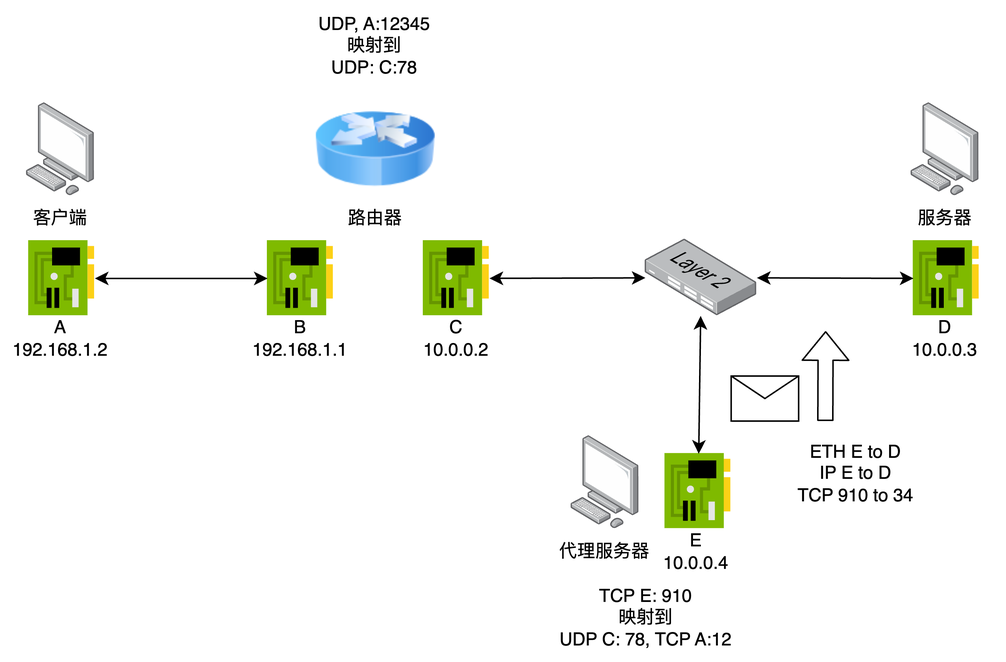
Before: example_step8.png, a diagram exported from draw.io (N2Sys-EDU/Lab3-Documentation). Source tidied: cells renumbered, new cells last; positions are measured from the earlier drawing's top-left corner, leaving out a move shared by most shapes. Source of this version:
```xml
<mxGraphModel>
  <root>
    <mxCell id="0" />
    <mxCell id="1" parent="0" />
    <mxCell id="2" style="image;html=1;image=img/lib/clip_art/networking/Router_Icon_128x128.png;" parent="1" vertex="1">
      <mxGeometry x="210" y="59.1" width="80" height="80" as="geometry" />
    </mxCell>
    <mxCell id="3" style="html=1;align=center;shadow=0;dashed=0;image;image=img/lib/allied_telesis/computer_and_terminals/Personal_Computer.svg;" parent="1" vertex="1">
      <mxGeometry x="17.2" y="68.2" width="45.6" height="61.8" as="geometry" />
    </mxCell>
    <mxCell id="4" value="客户端" style="text;html=1;strokeColor=none;fillColor=none;align=center;verticalAlign=middle;whiteSpace=wrap;rounded=0;" parent="1" vertex="1">
      <mxGeometry y="130" width="80" height="30" as="geometry" />
    </mxCell>
    <mxCell id="5" style="sketch=0;html=1;points=[];align=center;image;fontSize=12;image=img/lib/mscae/NetworkInterfaceCard.svg;" parent="1" vertex="1">
      <mxGeometry x="178" y="160" width="44" height="50" as="geometry" />
    </mxCell>
    <mxCell id="6" style="sketch=0;html=1;points=[];align=center;image;fontSize=12;image=img/lib/mscae/NetworkInterfaceCard.svg;" parent="1" vertex="1">
      <mxGeometry x="18.8" y="160" width="44" height="50" as="geometry" />
    </mxCell>
    <mxCell id="7" value="A&lt;br&gt;192.168.1.2" style="text;html=1;strokeColor=none;fillColor=none;align=center;verticalAlign=middle;whiteSpace=wrap;rounded=0;" parent="1" vertex="1">
      <mxGeometry y="210" width="80" height="30" as="geometry" />
    </mxCell>
    <mxCell id="8" value="路由器" style="text;html=1;strokeColor=none;fillColor=none;align=center;verticalAlign=middle;whiteSpace=wrap;rounded=0;" parent="1" vertex="1">
      <mxGeometry x="210" y="130" width="80" height="30" as="geometry" />
    </mxCell>
    <mxCell id="9" value="B&lt;br&gt;192.168.1.1" style="text;html=1;strokeColor=none;fillColor=none;align=center;verticalAlign=middle;whiteSpace=wrap;rounded=0;" parent="1" vertex="1">
      <mxGeometry x="160" y="210" width="80" height="30" as="geometry" />
    </mxCell>
    <mxCell id="10" style="endArrow=classic;startArrow=classic;html=1;" parent="1" edge="1" source="6" target="5">
      <mxGeometry relative="1" as="geometry" />
    </mxCell>
    <mxCell id="11" style="sketch=0;html=1;points=[];align=center;image;fontSize=12;image=img/lib/mscae/NetworkInterfaceCard.svg;" parent="1" vertex="1">
      <mxGeometry x="282" y="160" width="44" height="50" as="geometry" />
    </mxCell>
    <mxCell id="12" value="C&lt;br&gt;10.0.0.2" style="text;html=1;strokeColor=none;fillColor=none;align=center;verticalAlign=middle;whiteSpace=wrap;rounded=0;" parent="1" vertex="1">
      <mxGeometry x="264" y="210" width="80" height="30" as="geometry" />
    </mxCell>
    <mxCell id="13" style="html=1;align=center;shadow=0;dashed=0;image;image=img/lib/allied_telesis/computer_and_terminals/Personal_Computer.svg;" parent="1" vertex="1">
      <mxGeometry x="607.2" y="68.2" width="45.6" height="61.8" as="geometry" />
    </mxCell>
    <mxCell id="14" value="服务器" style="text;html=1;strokeColor=none;fillColor=none;align=center;verticalAlign=middle;whiteSpace=wrap;rounded=0;" parent="1" vertex="1">
      <mxGeometry x="590" y="130" width="80" height="30" as="geometry" />
    </mxCell>
    <mxCell id="15" style="sketch=0;html=1;points=[];align=center;image;fontSize=12;image=img/lib/mscae/NetworkInterfaceCard.svg;" parent="1" vertex="1">
      <mxGeometry x="608.8" y="160" width="44" height="50" as="geometry" />
    </mxCell>
    <mxCell id="16" value="D&lt;br&gt;10.0.0.3" style="text;html=1;strokeColor=none;fillColor=none;align=center;verticalAlign=middle;whiteSpace=wrap;rounded=0;" parent="1" vertex="1">
      <mxGeometry x="590" y="210" width="80" height="30" as="geometry" />
    </mxCell>
    <mxCell id="17" style="endArrow=classic;startArrow=classic;html=1;" parent="1" edge="1" source="11" target="18">
      <mxGeometry relative="1" as="geometry" />
    </mxCell>
    <mxCell id="18" style="points=[];html=1;align=center;shadow=0;dashed=0;image;image=img/lib/allied_telesis/switch/Switch_24_port_L2.svg;" parent="1" vertex="1">
      <mxGeometry x="430" y="159" width="74.4" height="51" as="geometry" />
    </mxCell>
    <mxCell id="19" style="endArrow=classic;startArrow=classic;html=1;" parent="1" edge="1" source="18" target="15">
      <mxGeometry relative="1" as="geometry" />
    </mxCell>
    <mxCell id="20" style="html=1;align=center;shadow=0;dashed=0;image;image=img/lib/allied_telesis/computer_and_terminals/Personal_Computer.svg;" parent="1" vertex="1">
      <mxGeometry x="380.4" y="290" width="45.6" height="61.8" as="geometry" />
    </mxCell>
    <mxCell id="21" value="代理服务器" style="text;html=1;strokeColor=none;fillColor=none;align=center;verticalAlign=middle;whiteSpace=wrap;rounded=0;" parent="1" vertex="1">
      <mxGeometry x="363.2" y="351.8" width="80" height="30" as="geometry" />
    </mxCell>
    <mxCell id="22" style="sketch=0;html=1;points=[];align=center;image;fontSize=12;image=img/lib/mscae/NetworkInterfaceCard.svg;" parent="1" vertex="1">
      <mxGeometry x="443.2" y="301.8" width="44" height="50" as="geometry" />
    </mxCell>
    <mxCell id="23" value="E&lt;br&gt;10.0.0.4" style="text;html=1;strokeColor=none;fillColor=none;align=center;verticalAlign=middle;whiteSpace=wrap;rounded=0;" parent="1" vertex="1">
      <mxGeometry x="424.4" y="351.8" width="80" height="30" as="geometry" />
    </mxCell>
    <mxCell id="24" style="endArrow=classic;startArrow=classic;html=1;" parent="1" edge="1" source="18" target="22">
      <mxGeometry relative="1" as="geometry" />
    </mxCell>
    <mxCell id="25" value="UDP, A:12345&lt;br&gt;映射到&lt;br&gt;UDP: C:78" style="text;html=1;strokeColor=none;fillColor=none;align=center;verticalAlign=middle;whiteSpace=wrap;rounded=0;" parent="1" vertex="1">
      <mxGeometry x="189.4" width="121.2" height="59.1" as="geometry" />
    </mxCell>
    <mxCell id="26" style="shape=message;html=1;html=1;labelPosition=center;verticalLabelPosition=bottom;align=center;verticalAlign=top;" parent="1" vertex="1">
      <mxGeometry x="487.2" y="250" width="45" height="30" as="geometry" />
    </mxCell>
    <mxCell id="27" style="shape=flexArrow;endArrow=classic;html=1;" parent="1" edge="1">
      <mxGeometry relative="1" as="geometry">
        <mxPoint x="550" y="280" as="sourcePoint" />
        <mxPoint x="550.2" y="220" as="targetPoint" />
      </mxGeometry>
    </mxCell>
    <mxCell id="28" value="ETH E to D&lt;br&gt;IP E to D&lt;br&gt;TCP 910 to 34" style="text;html=1;strokeColor=none;fillColor=none;align=center;verticalAlign=middle;whiteSpace=wrap;rounded=0;" parent="1" vertex="1">
      <mxGeometry x="510" y="290" width="121.2" height="50" as="geometry" />
    </mxCell>
    <mxCell id="29" value="TCP E: 910&lt;br&gt;映射到&lt;br&gt;UDP C: 78, TCP A:12" style="text;html=1;strokeColor=none;fillColor=none;align=center;verticalAlign=middle;whiteSpace=wrap;rounded=0;" parent="1" vertex="1">
      <mxGeometry x="370" y="381.8" width="121.2" height="58.2" as="geometry" />
    </mxCell>
  </root>
</mxGraphModel>
```
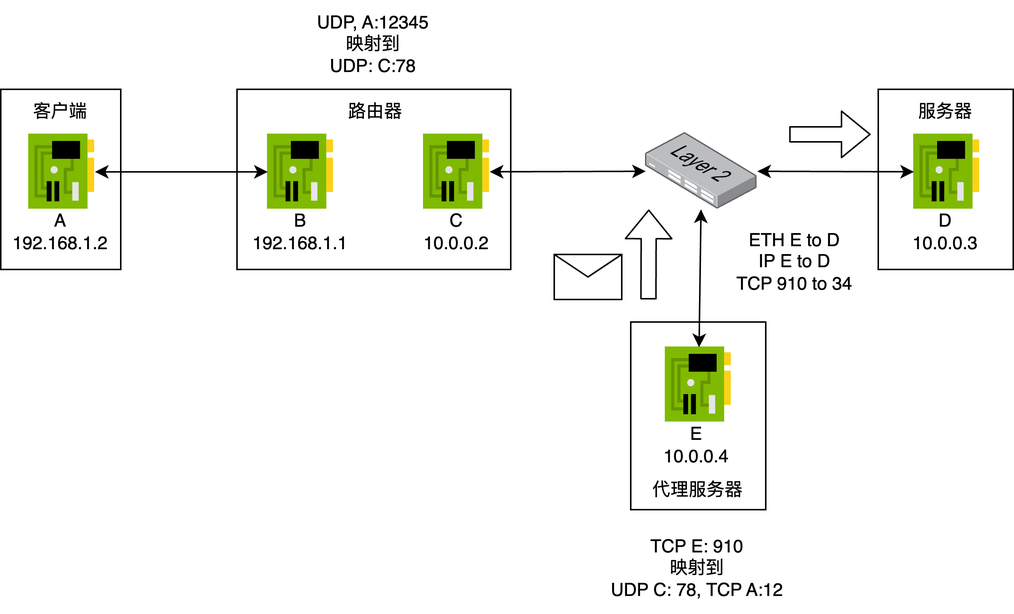
Above is the later version.

Change to the diagram source:
```diff
@@ -2,12 +2,36 @@
   <root>
     <mxCell id="0" />
     <mxCell id="1" parent="0" />
-    <mxCell id="2" style="image;html=1;image=img/lib/clip_art/networking/Router_Icon_128x128.png;" parent="1" vertex="1">
-      <mxGeometry x="210" y="59.1" width="80" height="80" as="geometry" />
-    </mxCell>
-    <mxCell id="3" style="html=1;align=center;shadow=0;dashed=0;image;image=img/lib/allied_telesis/computer_and_terminals/Personal_Computer.svg;" parent="1" vertex="1">
-      <mxGeometry x="17.2" y="68.2" width="45.6" height="61.8" as="geometry" />
-    </mxCell>
+    <mxCell id="25" value="UDP, A:12345&lt;br&gt;映射到&lt;br&gt;UDP: C:78" style="text;html=1;strokeColor=none;fillColor=none;align=center;verticalAlign=middle;whiteSpace=wrap;rounded=0;" parent="1" vertex="1">
+      <mxGeometry x="188.1" y="70.9" width="121.2" height="59.1" as="geometry" />
+    </mxCell>
+    <mxCell id="26" style="shape=message;html=1;html=1;labelPosition=center;verticalLabelPosition=bottom;align=center;verticalAlign=top;" parent="1" vertex="1">
+      <mxGeometry x="369" y="240" width="45" height="30" as="geometry" />
+    </mxCell>
+    <mxCell id="27" style="shape=flexArrow;endArrow=classic;html=1;" parent="1" edge="1">
+      <mxGeometry relative="1" as="geometry">
+        <mxPoint x="431.8" y="270" as="sourcePoint" />
+        <mxPoint x="432" y="210" as="targetPoint" />
+      </mxGeometry>
+    </mxCell>
+    <mxCell id="28" value="ETH E to D&lt;br&gt;IP E to D&lt;br&gt;TCP 910 to 34" style="text;html=1;strokeColor=none;fillColor=none;align=center;verticalAlign=middle;whiteSpace=wrap;rounded=0;" parent="1" vertex="1">
+      <mxGeometry x="468.8" y="220" width="121.2" height="50" as="geometry" />
+    </mxCell>
+    <mxCell id="29" value="TCP E: 910&lt;br&gt;映射到&lt;br&gt;UDP C: 78, TCP A:12" style="text;html=1;strokeColor=none;fillColor=none;align=center;verticalAlign=middle;whiteSpace=wrap;rounded=0;" parent="1" vertex="1">
+      <mxGeometry x="404.4" y="420" width="121.2" height="58.2" as="geometry" />
+    </mxCell>
+    <mxCell id="30" style="rounded=0;whiteSpace=wrap;html=1;" parent="1" vertex="1">
+      <mxGeometry x="585" y="130" width="90" height="120" as="geometry" />
+    </mxCell>
+    <mxCell id="31" style="rounded=0;whiteSpace=wrap;html=1;" parent="1" vertex="1">
+      <mxGeometry x="420" y="285" width="90" height="125" as="geometry" />
+    </mxCell>
+    <mxCell id="32" style="rounded=0;whiteSpace=wrap;html=1;" parent="1" vertex="1">
+      <mxGeometry x="157.5" y="130" width="182.5" height="120" as="geometry" />
+    </mxCell>
+    <mxCell id="33" style="rounded=0;whiteSpace=wrap;html=1;" parent="1" vertex="1">
+      <mxGeometry y="130" width="80" height="120" as="geometry" />
+    </mxCell>
     <mxCell id="4" value="客户端" style="text;html=1;strokeColor=none;fillColor=none;align=center;verticalAlign=middle;whiteSpace=wrap;rounded=0;" parent="1" vertex="1">
       <mxGeometry y="130" width="80" height="30" as="geometry" />
     </mxCell>
@@ -35,9 +59,6 @@
     <mxCell id="12" value="C&lt;br&gt;10.0.0.2" style="text;html=1;strokeColor=none;fillColor=none;align=center;verticalAlign=middle;whiteSpace=wrap;rounded=0;" parent="1" vertex="1">
       <mxGeometry x="264" y="210" width="80" height="30" as="geometry" />
     </mxCell>
-    <mxCell id="13" style="html=1;align=center;shadow=0;dashed=0;image;image=img/lib/allied_telesis/computer_and_terminals/Personal_Computer.svg;" parent="1" vertex="1">
-      <mxGeometry x="607.2" y="68.2" width="45.6" height="61.8" as="geometry" />
-    </mxCell>
     <mxCell id="14" value="服务器" style="text;html=1;strokeColor=none;fillColor=none;align=center;verticalAlign=middle;whiteSpace=wrap;rounded=0;" parent="1" vertex="1">
       <mxGeometry x="590" y="130" width="80" height="30" as="geometry" />
     </mxCell>
@@ -56,11 +77,8 @@
     <mxCell id="19" style="endArrow=classic;startArrow=classic;html=1;" parent="1" edge="1" source="18" target="15">
       <mxGeometry relative="1" as="geometry" />
     </mxCell>
-    <mxCell id="20" style="html=1;align=center;shadow=0;dashed=0;image;image=img/lib/allied_telesis/computer_and_terminals/Personal_Computer.svg;" parent="1" vertex="1">
-      <mxGeometry x="380.4" y="290" width="45.6" height="61.8" as="geometry" />
-    </mxCell>
     <mxCell id="21" value="代理服务器" style="text;html=1;strokeColor=none;fillColor=none;align=center;verticalAlign=middle;whiteSpace=wrap;rounded=0;" parent="1" vertex="1">
-      <mxGeometry x="363.2" y="351.8" width="80" height="30" as="geometry" />
+      <mxGeometry x="425.2" y="381.8" width="80" height="30" as="geometry" />
     </mxCell>
     <mxCell id="22" style="sketch=0;html=1;points=[];align=center;image;fontSize=12;image=img/lib/mscae/NetworkInterfaceCard.svg;" parent="1" vertex="1">
       <mxGeometry x="443.2" y="301.8" width="44" height="50" as="geometry" />
@@ -71,23 +89,11 @@
     <mxCell id="24" style="endArrow=classic;startArrow=classic;html=1;" parent="1" edge="1" source="18" target="22">
       <mxGeometry relative="1" as="geometry" />
     </mxCell>
-    <mxCell id="25" value="UDP, A:12345&lt;br&gt;映射到&lt;br&gt;UDP: C:78" style="text;html=1;strokeColor=none;fillColor=none;align=center;verticalAlign=middle;whiteSpace=wrap;rounded=0;" parent="1" vertex="1">
-      <mxGeometry x="189.4" width="121.2" height="59.1" as="geometry" />
-    </mxCell>
-    <mxCell id="26" style="shape=message;html=1;html=1;labelPosition=center;verticalLabelPosition=bottom;align=center;verticalAlign=top;" parent="1" vertex="1">
-      <mxGeometry x="487.2" y="250" width="45" height="30" as="geometry" />
-    </mxCell>
-    <mxCell id="27" style="shape=flexArrow;endArrow=classic;html=1;" parent="1" edge="1">
-      <mxGeometry relative="1" as="geometry">
-        <mxPoint x="550" y="280" as="sourcePoint" />
-        <mxPoint x="550.2" y="220" as="targetPoint" />
-      </mxGeometry>
-    </mxCell>
-    <mxCell id="28" value="ETH E to D&lt;br&gt;IP E to D&lt;br&gt;TCP 910 to 34" style="text;html=1;strokeColor=none;fillColor=none;align=center;verticalAlign=middle;whiteSpace=wrap;rounded=0;" parent="1" vertex="1">
-      <mxGeometry x="510" y="290" width="121.2" height="50" as="geometry" />
-    </mxCell>
-    <mxCell id="29" value="TCP E: 910&lt;br&gt;映射到&lt;br&gt;UDP C: 78, TCP A:12" style="text;html=1;strokeColor=none;fillColor=none;align=center;verticalAlign=middle;whiteSpace=wrap;rounded=0;" parent="1" vertex="1">
-      <mxGeometry x="370" y="381.8" width="121.2" height="58.2" as="geometry" />
-    </mxCell>
+    <mxCell id="34" style="shape=flexArrow;endArrow=classic;html=1;" parent="1" edge="1">
+      <mxGeometry relative="1" as="geometry">
+        <mxPoint x="525.6" y="160" as="sourcePoint" />
+        <mxPoint x="580" y="160" as="targetPoint" />
+      </mxGeometry>
+    </mxCell>
   </root>
 </mxGraphModel>
```
